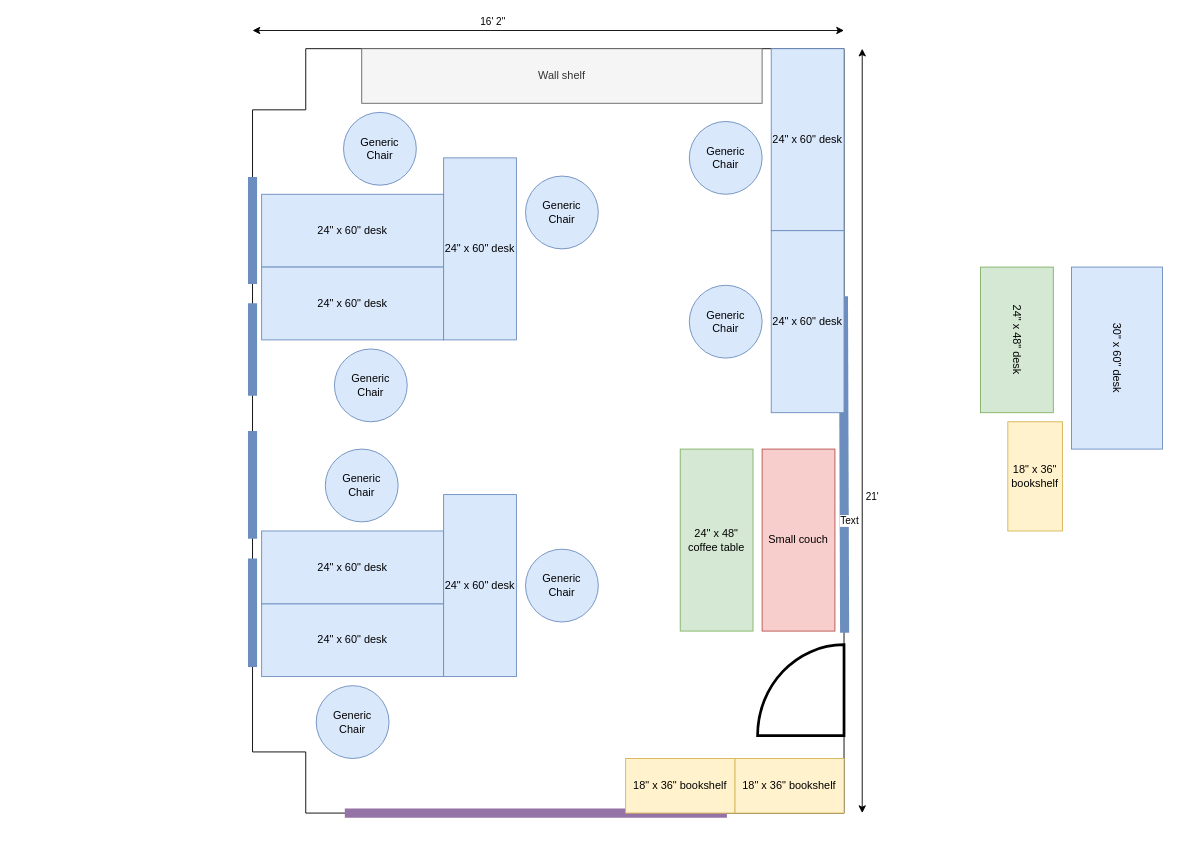
Earlier version of the draw.io diagram page "3 + 3 + 2 + couch" (2 of 12) of Y2E2_291.drawio (stephaniechin/Y2E2-291). Source tidied: cells renumbered, new cells numbered last; positions are measured from the earlier drawing's top-left corner, leaving out a move shared by most shapes. Both pictures are drawn from the tidied source at 91%, with x=0, y=0 at pixel (252, 30).
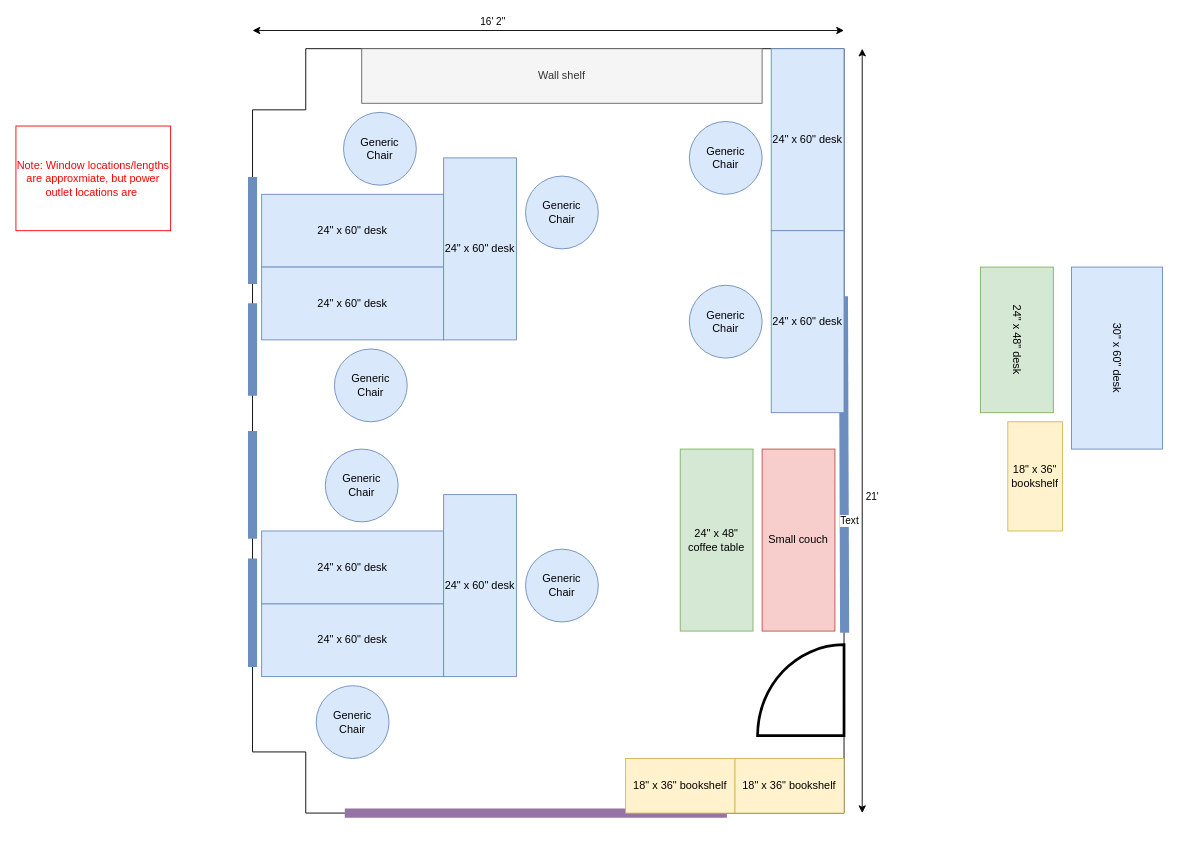
The same page after the edit.

Commit message:
add outlets and current desk layout in "FULL"

Diff of the diagram source:
```diff
@@
+    <mxCell id="39" value="Note: Window locations/lengths are approxmiate, but power outlet locations are&amp;nbsp;" style="text;html=1;strokeColor=#FF0000;fillColor=none;align=center;verticalAlign=middle;whiteSpace=wrap;rounded=0;fontColor=#FF0000;" parent="1" vertex="1">
+      <mxGeometry x="-260" y="105" width="170" height="115" as="geometry" />
+    </mxCell>
+    <mxCell id="40" parent="0" />
+    <mxCell id="41" parent="0" />
+    <mxCell id="42" parent="0" />
```
